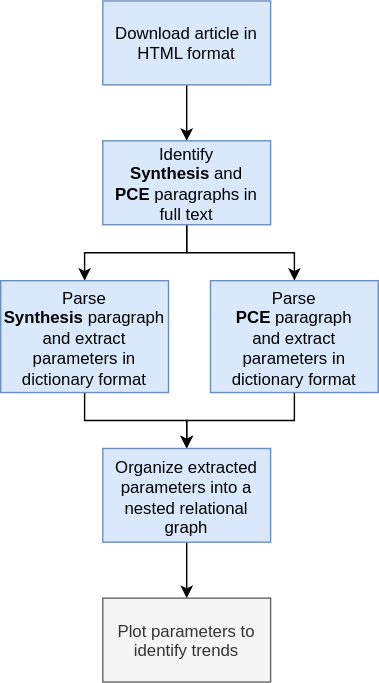
Before: pp_flowchart.svg, a diagram exported from draw.io (paper-parser/paper-parser). Source tidied: cells renumbered, new cells last; positions are measured from the earlier drawing's top-left corner, leaving out a move shared by most shapes.
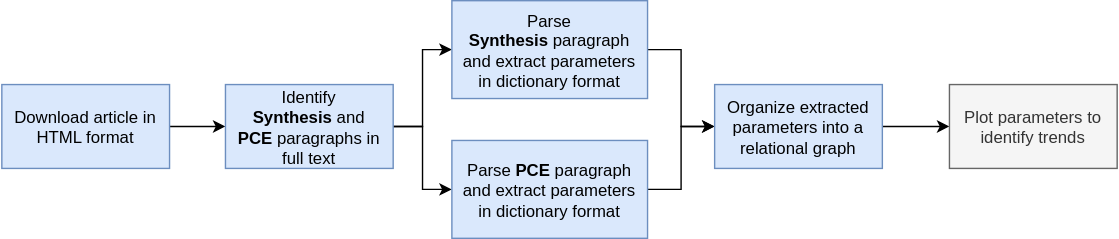
The same diagram one commit later.

Commit message:
horizontal flowchart

What changed in the source:
```diff
@@ -6,37 +6,37 @@
       <mxGeometry relative="1" as="geometry" />
     </mxCell>
     <mxCell id="3" value="Download article in HTML format" style="rounded=0;whiteSpace=wrap;html=1;fillColor=#dae8fc;strokeColor=#6c8ebf;" parent="1" vertex="1">
-      <mxGeometry x="73" width="120" height="60" as="geometry" />
+      <mxGeometry x="-260" y="100" width="120" height="60" as="geometry" />
     </mxCell>
-    <mxCell id="4" style="edgeStyle=orthogonalEdgeStyle;rounded=0;jettySize=auto;html=1;exitX=0.5;exitY=1;exitDx=0;exitDy=0;entryX=0.5;entryY=0;entryDx=0;entryDy=0;" parent="1" edge="1" source="6" target="8">
+    <mxCell id="4" style="edgeStyle=orthogonalEdgeStyle;rounded=0;jettySize=auto;html=1;entryX=0;entryY=0.5;entryDx=0;entryDy=0;" parent="1" edge="1" source="6" target="8">
       <mxGeometry relative="1" as="geometry" />
     </mxCell>
-    <mxCell id="5" style="edgeStyle=orthogonalEdgeStyle;rounded=0;jettySize=auto;html=1;" parent="1" edge="1" source="6" target="10">
+    <mxCell id="5" style="edgeStyle=orthogonalEdgeStyle;rounded=0;jettySize=auto;html=1;entryX=0;entryY=0.5;entryDx=0;entryDy=0;" parent="1" edge="1" source="6" target="10">
       <mxGeometry relative="1" as="geometry" />
     </mxCell>
     <mxCell id="6" value="Identify &lt;b&gt;Synthesis&lt;/b&gt;&amp;nbsp;and &lt;b&gt;PCE&lt;/b&gt;&amp;nbsp;paragraphs in full text" style="rounded=0;whiteSpace=wrap;html=1;fillColor=#dae8fc;strokeColor=#6c8ebf;" parent="1" vertex="1">
-      <mxGeometry x="73" y="100" width="120" height="60" as="geometry" />
+      <mxGeometry x="-100" y="100" width="120" height="60" as="geometry" />
     </mxCell>
-    <mxCell id="7" style="edgeStyle=orthogonalEdgeStyle;rounded=0;jettySize=auto;html=1;exitX=0.5;exitY=1;exitDx=0;exitDy=0;" parent="1" edge="1" source="8" target="12">
-      <mxGeometry relative="1" as="geometry" />
-    </mxCell>
+    <mxCell id="14" style="edgeStyle=orthogonalEdgeStyle;rounded=0;jettySize=auto;html=1;entryX=0;entryY=0.5;entryDx=0;entryDy=0;" parent="1" edge="1" source="8" target="17">
+      <mxGeometry relative="1" as="geometry" />
+    </mxCell>
     <mxCell id="8" value="Parse &lt;b&gt;Synthesis&lt;/b&gt;&amp;nbsp;paragraph and extract parameters in dictionary format" style="rounded=0;whiteSpace=wrap;html=1;fillColor=#dae8fc;strokeColor=#6c8ebf;" parent="1" vertex="1">
-      <mxGeometry y="200" width="120" height="80" as="geometry" />
+      <mxGeometry x="62" y="40" width="140" height="70" as="geometry" />
     </mxCell>
-    <mxCell id="9" style="edgeStyle=orthogonalEdgeStyle;rounded=0;jettySize=auto;html=1;entryX=0.5;entryY=0;entryDx=0;entryDy=0;" parent="1" edge="1" source="10" target="12">
-      <mxGeometry relative="1" as="geometry" />
-    </mxCell>
+    <mxCell id="15" style="edgeStyle=orthogonalEdgeStyle;rounded=0;jettySize=auto;html=1;entryX=0;entryY=0.5;entryDx=0;entryDy=0;" parent="1" edge="1" source="10" target="17">
+      <mxGeometry relative="1" as="geometry" />
+    </mxCell>
-    <mxCell id="10" value="Parse &lt;b&gt;PCE&lt;/b&gt;&amp;nbsp;paragraph&lt;br&gt;and extract parameters in dictionary format" style="rounded=0;whiteSpace=wrap;html=1;fillColor=#dae8fc;strokeColor=#6c8ebf;" parent="1" vertex="1">
-      <mxGeometry x="150" y="200" width="120" height="80" as="geometry" />
+    <mxCell id="10" value="Parse &lt;b&gt;PCE&lt;/b&gt;&amp;nbsp;paragraph&lt;br&gt;and extract parameters in dictionary format&lt;br&gt;" style="rounded=0;whiteSpace=wrap;html=1;fillColor=#dae8fc;strokeColor=#6c8ebf;" parent="1" vertex="1">
+      <mxGeometry x="62" y="140" width="140" height="70" as="geometry" />
     </mxCell>
-    <mxCell id="11" style="edgeStyle=orthogonalEdgeStyle;rounded=0;jettySize=auto;html=1;" parent="1" edge="1" source="12" target="13">
-      <mxGeometry relative="1" as="geometry" />
-    </mxCell>
-    <mxCell id="12" value="Organize extracted parameters into a nested relational graph" style="rounded=0;whiteSpace=wrap;html=1;fillColor=#dae8fc;strokeColor=#6c8ebf;" parent="1" vertex="1">
-      <mxGeometry x="73" y="320" width="120" height="67" as="geometry" />
-    </mxCell>
+    <mxCell id="16" style="edgeStyle=orthogonalEdgeStyle;rounded=0;jettySize=auto;html=1;" parent="1" edge="1" source="17" target="13">
+      <mxGeometry relative="1" as="geometry" />
+    </mxCell>
+    <mxCell id="17" value="Organize extracted parameters into a relational graph" style="rounded=0;whiteSpace=wrap;html=1;fillColor=#dae8fc;strokeColor=#6c8ebf;" parent="1" vertex="1">
+      <mxGeometry x="250" y="100" width="120" height="60" as="geometry" />
+    </mxCell>
     <mxCell id="13" value="Plot parameters to identify trends" style="rounded=0;whiteSpace=wrap;html=1;fillColor=#f5f5f5;strokeColor=#666666;fontColor=#333333;" parent="1" vertex="1">
-      <mxGeometry x="73" y="427" width="120" height="60" as="geometry" />
+      <mxGeometry x="418" y="100" width="120" height="60" as="geometry" />
     </mxCell>
   </root>
 </mxGraphModel>
```
